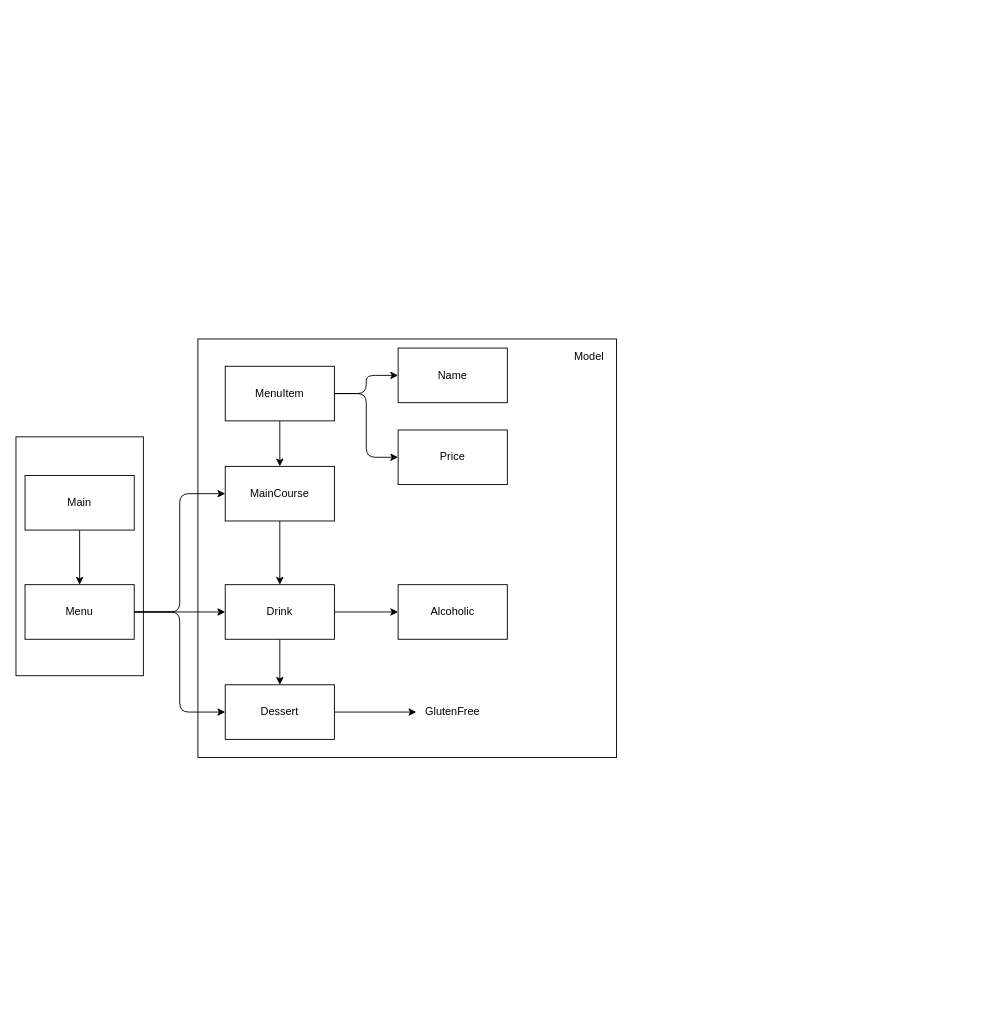
Arthur2810/CA keeps this draw.io diagram as Untitled Diagram.drawio. Above is the earlier version. Source tidied: cells renumbered, new cells numbered last; positions are measured from the earlier drawing's top-left corner, leaving out a move shared by most shapes. Both pictures are drawn from the tidied source at 91%, with x=0, y=0 at pixel (-40, 339).
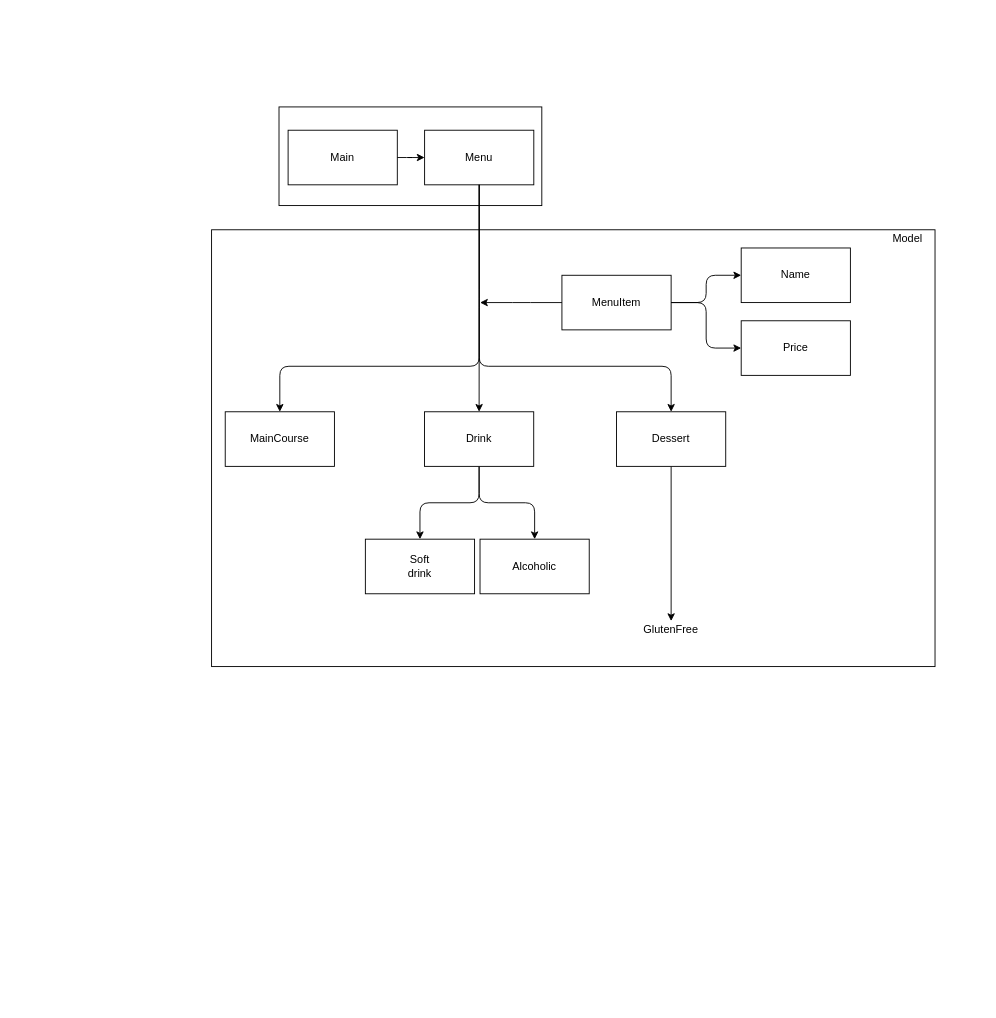
Above is the later version.

Diff of the diagram source:
```diff
@@
+    <mxCell id="7" style="group;" parent="1" vertex="1">
+      <mxGeometry x="291" y="10" width="830" height="720" as="geometry" />
+    </mxCell>
+    <mxCell id="28" style="rounded=0;whiteSpace=wrap;html=1;" parent="7" vertex="1">
+      <mxGeometry x="-15" y="-130" width="795" height="480" as="geometry" />
+    </mxCell>
+    <mxCell id="29" style="edgeStyle=orthogonalEdgeStyle;rounded=1;jettySize=auto;html=1;" parent="7" edge="1" source="12" target="32">
+      <mxGeometry relative="1" as="geometry" />
+    </mxCell>
+    <mxCell id="18" style="edgeStyle=orthogonalEdgeStyle;rounded=1;jettySize=auto;html=1;entryX=0.5;entryY=0;entryDx=0;entryDy=0;" parent="7" edge="1" source="12" target="17">
+      <mxGeometry relative="1" as="geometry" />
+    </mxCell>
+    <mxCell id="12" value="Drink" style="rounded=0;whiteSpace=wrap;html=1;sketch=0;" parent="7" vertex="1">
+      <mxGeometry x="219" y="70" width="120" height="60" as="geometry" />
+    </mxCell>
+    <mxCell id="24" value="GlutenFree" style="text;html=1;strokeColor=none;fillColor=none;align=center;verticalAlign=middle;whiteSpace=wrap;rounded=0;sketch=0;" parent="7" vertex="1">
+      <mxGeometry x="470" y="300" width="40" height="20" as="geometry" />
+    </mxCell>
+    <mxCell id="30" style="edgeStyle=orthogonalEdgeStyle;rounded=1;jettySize=auto;html=1;" parent="7" edge="1" source="10" target="24">
+      <mxGeometry relative="1" as="geometry" />
+    </mxCell>
+    <mxCell id="10" value="Dessert" style="rounded=0;whiteSpace=wrap;html=1;sketch=0;" parent="7" vertex="1">
+      <mxGeometry x="430" y="70" width="120" height="60" as="geometry" />
+    </mxCell>
+    <mxCell id="17" value="Alcoholic" style="rounded=0;whiteSpace=wrap;html=1;sketch=0;" parent="7" vertex="1">
+      <mxGeometry x="280" y="210" width="120" height="60" as="geometry" />
+    </mxCell>
+    <mxCell id="14" value="MainCourse" style="rounded=0;whiteSpace=wrap;html=1;sketch=0;" parent="7" vertex="1">
+      <mxGeometry y="70" width="120" height="60" as="geometry" />
+    </mxCell>
+    <mxCell id="31" style="group;" parent="7" vertex="1">
+      <mxGeometry x="154" y="210" width="120" height="60" as="geometry" />
+    </mxCell>
+    <mxCell id="32" style="rounded=0;whiteSpace=wrap;html=1;" parent="31" vertex="1">
+      <mxGeometry width="120" height="60" as="geometry" />
+    </mxCell>
+    <mxCell id="33" value="Soft drink" style="text;html=1;strokeColor=none;fillColor=none;align=center;verticalAlign=middle;whiteSpace=wrap;rounded=0;" parent="31" vertex="1">
+      <mxGeometry x="40" y="20" width="40" height="20" as="geometry" />
+    </mxCell>
+    <mxCell id="16" value="MenuItem" style="rounded=0;whiteSpace=wrap;html=1;sketch=0;" parent="7" vertex="1">
+      <mxGeometry x="370" y="-80" width="120" height="60" as="geometry" />
+    </mxCell>
+    <mxCell id="34" style="group;" parent="1" vertex="1">
+      <mxGeometry x="111" y="175" width="717.5" height="250" as="geometry" />
+    </mxCell>
-    <mxCell id="2" style="group;" parent="1" vertex="1">
-      <mxGeometry x="71" y="150" width="191.2" height="250" as="geometry" />
+    <mxCell id="2" style="group;" parent="34" vertex="1">
+      <mxGeometry x="438.8" y="-530" width="278.7" height="301.6" as="geometry" />
     </mxCell>
+    <mxCell id="35" style="group;" parent="2" vertex="1">
+      <mxGeometry x="-10" y="94.4" width="288.8" height="108.4" as="geometry" />
+    </mxCell>
+    <mxCell id="36" style="group;" parent="35" vertex="1">
+      <mxGeometry x="-189.7" y="5.6" width="288.8" height="108.4" as="geometry" />
+    </mxCell>
-    <mxCell id="3" style="rounded=0;whiteSpace=wrap;html=1;sketch=0;rotation=90;" parent="2" vertex="1">
-      <mxGeometry x="-71.2" y="18.8" width="262.5" height="140" as="geometry" />
+    <mxCell id="3" style="rounded=0;whiteSpace=wrap;html=1;sketch=0;rotation=90;" parent="36" vertex="1">
+      <mxGeometry x="90.2" y="-90.2" width="108.4" height="288.8" as="geometry" />
     </mxCell>
-    <mxCell id="4" style="edgeStyle=orthogonalEdgeStyle;curved=0;rounded=1;sketch=0;jettySize=auto;html=1;entryX=0.5;entryY=0;entryDx=0;entryDy=0;" parent="2" edge="1" source="6" target="5">
-      <mxGeometry relative="1" as="geometry" />
-    </mxCell>
-    <mxCell id="5" value="Menu" style="rounded=0;whiteSpace=wrap;html=1;sketch=0;" parent="2" vertex="1">
-      <mxGeometry y="120" width="120" height="60" as="geometry" />
+    <mxCell id="5" value="Main" style="rounded=0;whiteSpace=wrap;html=1;sketch=0;" parent="36" vertex="1">
+      <mxGeometry x="10" y="25.6" width="120" height="60" as="geometry" />
     </mxCell>
-    <mxCell id="6" value="Main" style="rounded=0;whiteSpace=wrap;html=1;sketch=0;" parent="2" vertex="1">
-      <mxGeometry width="120" height="60" as="geometry" />
+    <mxCell id="6" value="Menu" style="rounded=0;whiteSpace=wrap;html=1;sketch=0;" parent="36" vertex="1">
+      <mxGeometry x="160" y="25.6" width="120" height="60" as="geometry" />
     </mxCell>
-    <mxCell id="7" style="group;" parent="1" vertex="1">
-      <mxGeometry x="291" y="10" width="430" height="480" as="geometry" />
-    </mxCell>
-    <mxCell id="8" style="whiteSpace=wrap;html=1;rounded=0;sketch=0;" parent="7" vertex="1">
-      <mxGeometry x="-30" y="-10" width="460" height="460" as="geometry" />
-    </mxCell>
-    <mxCell id="9" style="edgeStyle=orthogonalEdgeStyle;curved=0;rounded=1;sketch=0;jettySize=auto;html=1;" parent="7" edge="1" source="10">
-      <mxGeometry relative="1" as="geometry">
-        <mxPoint x="210" y="400" as="targetPoint" />
-      </mxGeometry>
-    </mxCell>
-    <mxCell id="10" value="Dessert" style="rounded=0;whiteSpace=wrap;html=1;sketch=0;" parent="7" vertex="1">
-      <mxGeometry y="370" width="120" height="60" as="geometry" />
-    </mxCell>
-    <mxCell id="11" style="edgeStyle=orthogonalEdgeStyle;curved=0;rounded=1;sketch=0;jettySize=auto;html=1;" parent="7" edge="1" source="12" target="10">
-      <mxGeometry relative="1" as="geometry" />
-    </mxCell>
-    <mxCell id="12" value="Drink" style="rounded=0;whiteSpace=wrap;html=1;sketch=0;" parent="7" vertex="1">
-      <mxGeometry y="260" width="120" height="60" as="geometry" />
-    </mxCell>
-    <mxCell id="13" style="edgeStyle=orthogonalEdgeStyle;curved=0;rounded=1;sketch=0;jettySize=auto;html=1;entryX=0.5;entryY=0;entryDx=0;entryDy=0;" parent="7" edge="1" source="14" target="12">
-      <mxGeometry relative="1" as="geometry" />
-    </mxCell>
-    <mxCell id="14" value="MainCourse" style="rounded=0;whiteSpace=wrap;html=1;sketch=0;" parent="7" vertex="1">
-      <mxGeometry y="130" width="120" height="60" as="geometry" />
-    </mxCell>
-    <mxCell id="15" style="edgeStyle=orthogonalEdgeStyle;curved=0;rounded=1;sketch=0;jettySize=auto;html=1;entryX=0.5;entryY=0;entryDx=0;entryDy=0;" parent="7" edge="1" source="16" target="14">
-      <mxGeometry relative="1" as="geometry" />
-    </mxCell>
-    <mxCell id="16" value="MenuItem" style="rounded=0;whiteSpace=wrap;html=1;sketch=0;" parent="7" vertex="1">
-      <mxGeometry y="20" width="120" height="60" as="geometry" />
-    </mxCell>
-    <mxCell id="17" value="Alcoholic" style="rounded=0;whiteSpace=wrap;html=1;sketch=0;" parent="7" vertex="1">
-      <mxGeometry x="190" y="260" width="120" height="60" as="geometry" />
-    </mxCell>
-    <mxCell id="18" style="edgeStyle=orthogonalEdgeStyle;curved=0;rounded=1;sketch=0;jettySize=auto;html=1;exitX=1;exitY=0.5;exitDx=0;exitDy=0;entryX=0;entryY=0.5;entryDx=0;entryDy=0;" parent="7" edge="1" source="12" target="17">
-      <mxGeometry relative="1" as="geometry" />
-    </mxCell>
+    <mxCell id="37" style="edgeStyle=orthogonalEdgeStyle;rounded=1;jettySize=auto;html=1;entryX=0;entryY=0.5;entryDx=0;entryDy=0;" parent="36" edge="1" source="5" target="6">
+      <mxGeometry relative="1" as="geometry" />
+    </mxCell>
+    <mxCell id="38" style="edgeStyle=orthogonalEdgeStyle;rounded=1;jettySize=auto;html=1;entryX=0.5;entryY=0;entryDx=0;entryDy=0;" parent="1" edge="1" source="6" target="14">
+      <mxGeometry relative="1" as="geometry">
+        <Array as="points">
+          <mxPoint x="570" y="30" />
+          <mxPoint x="351" y="30" />
+        </Array>
+      </mxGeometry>
+    </mxCell>
+    <mxCell id="39" style="edgeStyle=orthogonalEdgeStyle;rounded=1;jettySize=auto;html=1;entryX=0.5;entryY=0;entryDx=0;entryDy=0;" parent="1" edge="1" source="6" target="10">
+      <mxGeometry relative="1" as="geometry">
+        <Array as="points">
+          <mxPoint x="570" y="30" />
+          <mxPoint x="781" y="30" />
+        </Array>
+      </mxGeometry>
+    </mxCell>
+    <mxCell id="40" style="edgeStyle=orthogonalEdgeStyle;rounded=1;jettySize=auto;html=1;exitX=0.5;exitY=1;exitDx=0;exitDy=0;entryX=0.5;entryY=0;entryDx=0;entryDy=0;" parent="1" edge="1" source="6" target="12">
+      <mxGeometry relative="1" as="geometry" />
+    </mxCell>
+    <mxCell id="21" value="Name" style="rounded=0;whiteSpace=wrap;html=1;sketch=0;" parent="1" vertex="1">
+      <mxGeometry x="858" y="-100" width="120" height="60" as="geometry" />
+    </mxCell>
+    <mxCell id="22" style="edgeStyle=orthogonalEdgeStyle;curved=0;rounded=1;sketch=0;jettySize=auto;html=1;entryX=0;entryY=0.5;entryDx=0;entryDy=0;" parent="1" edge="1" source="16" target="21">
+      <mxGeometry relative="1" as="geometry" />
+    </mxCell>
-    <mxCell id="19" value="Price" style="rounded=0;whiteSpace=wrap;html=1;sketch=0;" parent="7" vertex="1">
-      <mxGeometry x="190" y="90" width="120" height="60" as="geometry" />
+    <mxCell id="19" value="Price" style="rounded=0;whiteSpace=wrap;html=1;sketch=0;" parent="1" vertex="1">
+      <mxGeometry x="858" y="-20" width="120" height="60" as="geometry" />
     </mxCell>
-    <mxCell id="20" style="edgeStyle=orthogonalEdgeStyle;curved=0;rounded=1;sketch=0;jettySize=auto;html=1;entryX=0;entryY=0.5;entryDx=0;entryDy=0;" parent="7" edge="1" source="16" target="19">
+    <mxCell id="20" style="edgeStyle=orthogonalEdgeStyle;curved=0;rounded=1;sketch=0;jettySize=auto;html=1;entryX=0;entryY=0.5;entryDx=0;entryDy=0;" parent="1" edge="1" source="16" target="19">
       <mxGeometry relative="1" as="geometry" />
     </mxCell>
-    <mxCell id="21" value="Name" style="rounded=0;whiteSpace=wrap;html=1;sketch=0;" parent="7" vertex="1">
-      <mxGeometry x="190" width="120" height="60" as="geometry" />
-    </mxCell>
-    <mxCell id="22" style="edgeStyle=orthogonalEdgeStyle;curved=0;rounded=1;sketch=0;jettySize=auto;html=1;entryX=0;entryY=0.5;entryDx=0;entryDy=0;" parent="7" edge="1" source="16" target="21">
-      <mxGeometry relative="1" as="geometry" />
-    </mxCell>
+    <mxCell id="41" style="edgeStyle=orthogonalEdgeStyle;rounded=1;jettySize=auto;html=1;" parent="1" edge="1" source="16">
+      <mxGeometry relative="1" as="geometry">
+        <mxPoint x="571" y="-40" as="targetPoint" />
+      </mxGeometry>
+    </mxCell>
-    <mxCell id="23" value="Model" style="text;html=1;strokeColor=none;fillColor=none;align=center;verticalAlign=middle;whiteSpace=wrap;rounded=0;sketch=0;" parent="7" vertex="1">
-      <mxGeometry x="380" width="40" height="20" as="geometry" />
+    <mxCell id="23" value="Model" style="text;html=1;strokeColor=none;fillColor=none;align=center;verticalAlign=middle;whiteSpace=wrap;rounded=0;sketch=0;" parent="1" vertex="1">
+      <mxGeometry x="1021" y="-120" width="40" height="20" as="geometry" />
     </mxCell>
-    <mxCell id="24" value="GlutenFree" style="text;html=1;strokeColor=none;fillColor=none;align=center;verticalAlign=middle;whiteSpace=wrap;rounded=0;sketch=0;" parent="7" vertex="1">
-      <mxGeometry x="230" y="390" width="40" height="20" as="geometry" />
-    </mxCell>
-    <mxCell id="25" style="edgeStyle=orthogonalEdgeStyle;curved=0;rounded=1;sketch=0;jettySize=auto;html=1;entryX=0;entryY=0.5;entryDx=0;entryDy=0;" parent="1" edge="1" source="5" target="14">
-      <mxGeometry relative="1" as="geometry" />
-    </mxCell>
-    <mxCell id="26" style="edgeStyle=orthogonalEdgeStyle;curved=0;rounded=1;sketch=0;jettySize=auto;html=1;entryX=0;entryY=0.5;entryDx=0;entryDy=0;" parent="1" edge="1" source="5" target="12">
-      <mxGeometry relative="1" as="geometry" />
-    </mxCell>
-    <mxCell id="27" style="edgeStyle=orthogonalEdgeStyle;curved=0;rounded=1;sketch=0;jettySize=auto;html=1;entryX=0;entryY=0.5;entryDx=0;entryDy=0;" parent="1" edge="1" source="5" target="10">
-      <mxGeometry relative="1" as="geometry" />
-    </mxCell>
```
